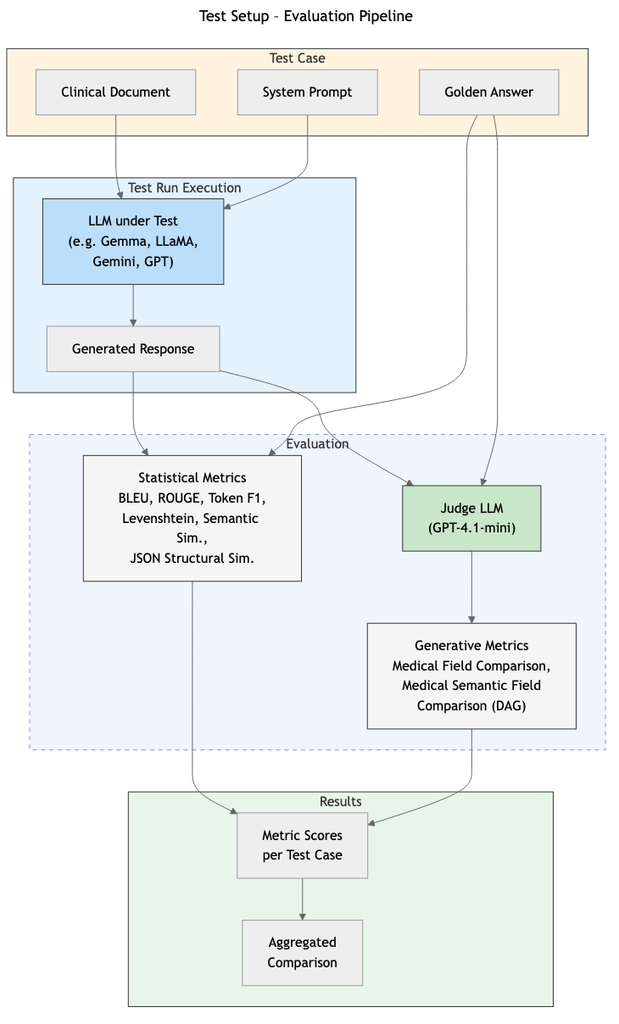
Above: paper/assets/03-test-setup.png in kindofwhat/dsp4d (Mermaid), before the change. Its source is kept beside it as paper/assets/03-test-setup.mmd. Its diagram source:
```mermaid
---
title: Test Setup – Evaluation Pipeline
---
flowchart TD
    subgraph INPUT ["Test Case"]
        direction LR
        Q["Clinical Document"]
        SP["System Prompt"]
        GA["Golden Answer"]
    end

    subgraph EXECUTION ["Test Run Execution"]
        direction TB
        LLM1["LLM under Test<br/>(e.g. Gemma, LLaMA,<br/>Gemini, GPT)"]
        RESP["Generated Response"]
        LLM1 --> RESP
    end

    subgraph EVAL ["Evaluation"]
        direction LR
        STAT["Statistical Metrics<br/>BLEU, ROUGE, Token F1,<br/>Levenshtein, Semantic Sim.,<br/>JSON Structural Sim."]
        JUDGE_LLM["Judge LLM<br/>(GPT-4.1-mini)"]
        GEN["Generative Metrics<br/>Medical Field Comparison,<br/>Medical Semantic Field<br/>Comparison (DAG)"]
        JUDGE_LLM --> GEN
    end

    subgraph OUTPUT ["Results"]
        direction TB
        SCORES["Metric Scores<br/>per Test Case"]
        AGG["Aggregated<br/>Comparison"]
        SCORES --> AGG
    end

    Q --> LLM1
    SP --> LLM1
    RESP --> STAT
    RESP --> JUDGE_LLM
    GA --> STAT
    GA --> JUDGE_LLM
    STAT --> SCORES
    GEN --> SCORES

    style INPUT fill:#fff3e0,stroke:#333
    style EXECUTION fill:#e3f2fd,stroke:#333
    style EVAL fill:#f0f4ff,stroke:#7799cc,stroke-dasharray: 5 5
    style OUTPUT fill:#e8f5e9,stroke:#333
    style LLM1 fill:#bbdefb,stroke:#333
    style JUDGE_LLM fill:#c8e6c9,stroke:#333
    style STAT fill:#f5f5f5,stroke:#333
    style GEN fill:#f5f5f5,stroke:#333
```
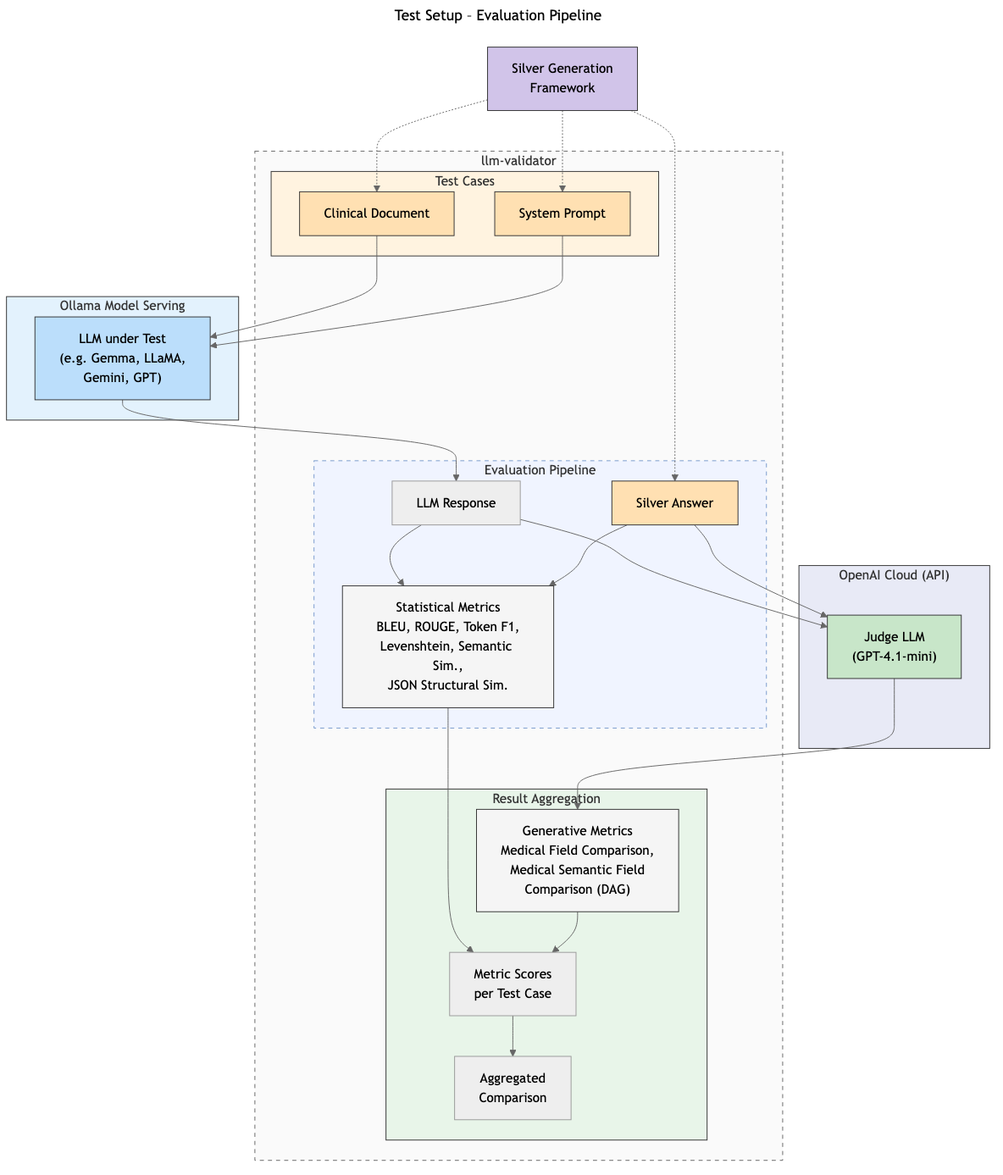
After the commit.

Commit message:
doc: better diagram

Change to the diagram source:
```diff
@@ -2,34 +2,47 @@
 title: Test Setup – Evaluation Pipeline
 ---
 flowchart TD
-    subgraph INPUT ["Test Case"]
-        direction LR
-        Q["Clinical Document"]
-        SP["System Prompt"]
-        GA["Golden Answer"]
+    subgraph LOCAL ["llm-validator"]
+        direction TB
+        subgraph INPUT ["Test Cases"]
+            direction LR
+            Q["Clinical Document"]
+            SP["System Prompt"]
+        end
+
+        subgraph EVAL ["Evaluation Pipeline"]
+            direction LR
+            STAT["Statistical Metrics<br/>BLEU, ROUGE, Token F1,<br/>Levenshtein, Semantic Sim.,<br/>JSON Structural Sim."]
+            GA["Silver Answer"]
+            RESP["LLM Response"]
+        end
+
+        subgraph OUTPUT ["Result Aggregation"]
+            direction TB
+            SCORES["Metric Scores<br/>per Test Case"]
+            AGG["Aggregated<br/>Comparison"]
+            GEN["Generative Metrics<br/>Medical Field Comparison,<br/>Medical Semantic Field<br/>Comparison (DAG)"]
+            SCORES --> AGG
+        end
     end
 
-    subgraph EXECUTION ["Test Run Execution"]
+    subgraph CLOUD ["OpenAI Cloud (API)"]
+        direction TB
+        JUDGE_LLM["Judge LLM<br/>(GPT-4.1-mini)"]
+        JUDGE_LLM --> GEN
+    end
+
+    subgraph EXECUTION ["Ollama Model Serving"]
         direction TB
         LLM1["LLM under Test<br/>(e.g. Gemma, LLaMA,<br/>Gemini, GPT)"]
-        RESP["Generated Response"]
         LLM1 --> RESP
     end
 
-    subgraph EVAL ["Evaluation"]
-        direction LR
-        STAT["Statistical Metrics<br/>BLEU, ROUGE, Token F1,<br/>Levenshtein, Semantic Sim.,<br/>JSON Structural Sim."]
-        JUDGE_LLM["Judge LLM<br/>(GPT-4.1-mini)"]
-        GEN["Generative Metrics<br/>Medical Field Comparison,<br/>Medical Semantic Field<br/>Comparison (DAG)"]
-        JUDGE_LLM --> GEN
-    end
+    SGF["Silver Generation<br/>Framework"]
 
-    subgraph OUTPUT ["Results"]
-        direction TB
-        SCORES["Metric Scores<br/>per Test Case"]
-        AGG["Aggregated<br/>Comparison"]
-        SCORES --> AGG
-    end
+    SGF -.-> Q
+    SGF -.->SP
+    SGF -.-> GA
 
     Q --> LLM1
     SP --> LLM1
@@ -40,8 +53,14 @@
     STAT --> SCORES
     GEN --> SCORES
 
+    style SGF fill:#d1c4e9,stroke:#333
+    style Q fill:#ffe0b2,stroke:#333
+    style SP fill:#ffe0b2,stroke:#333
+    style GA fill:#ffe0b2,stroke:#333
+    style LOCAL fill:#fafafa,stroke:#666,stroke-dasharray: 5 5
     style INPUT fill:#fff3e0,stroke:#333
     style EXECUTION fill:#e3f2fd,stroke:#333
+    style CLOUD fill:#e8eaf6,stroke:#333
     style EVAL fill:#f0f4ff,stroke:#7799cc,stroke-dasharray: 5 5
     style OUTPUT fill:#e8f5e9,stroke:#333
     style LLM1 fill:#bbdefb,stroke:#333
```
